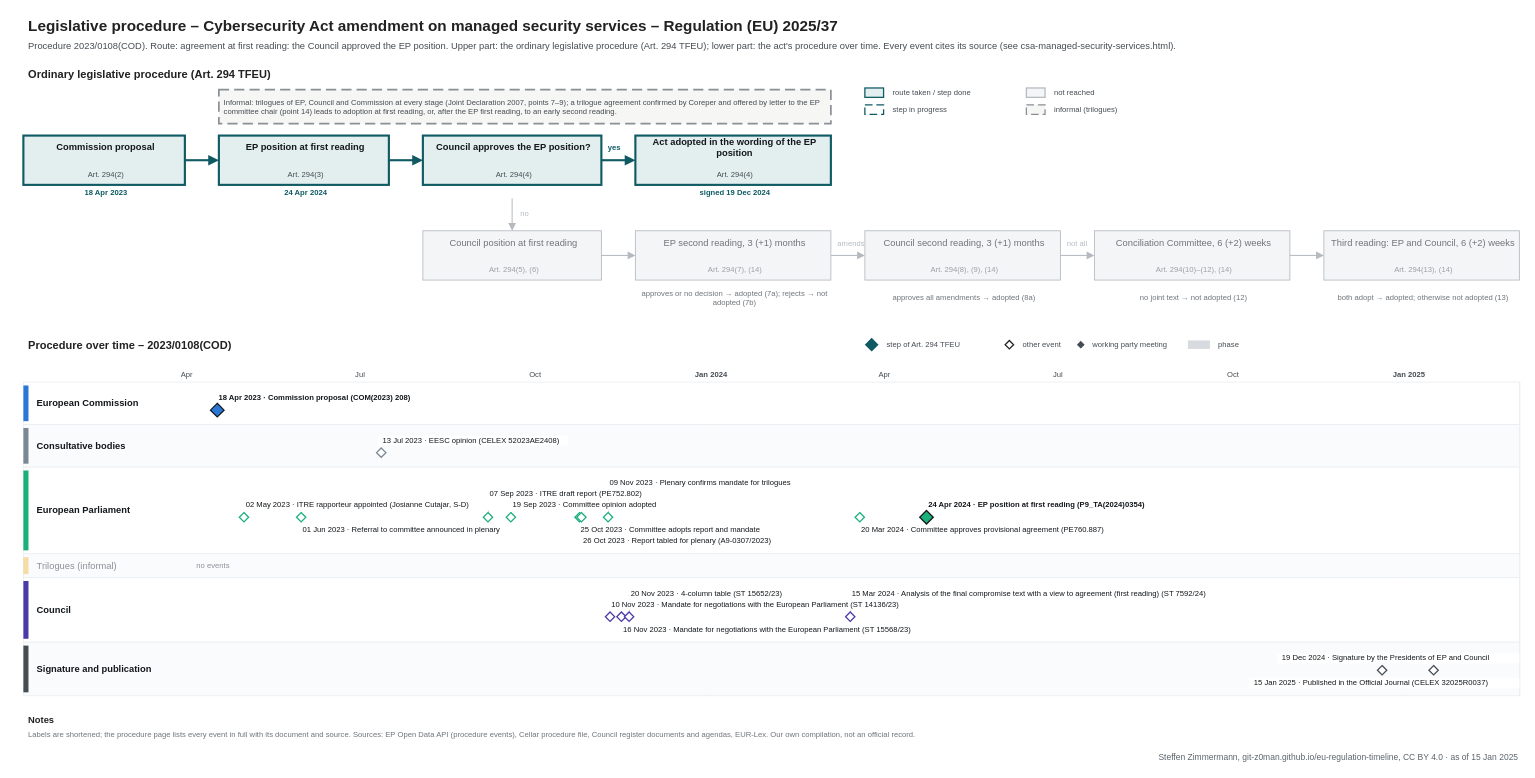
Before: procedures/csa-managed-security-services.drawio in git-z0man/eu-regulation-timeline, a draw.io diagram. Source tidied: cells renumbered, new cells numbered last; positions are measured from the earlier drawing's top-left corner, leaving out a move shared by most shapes. Both pictures are drawn from the tidied source at 85%, with x=0, y=0 at pixel (14, 14).
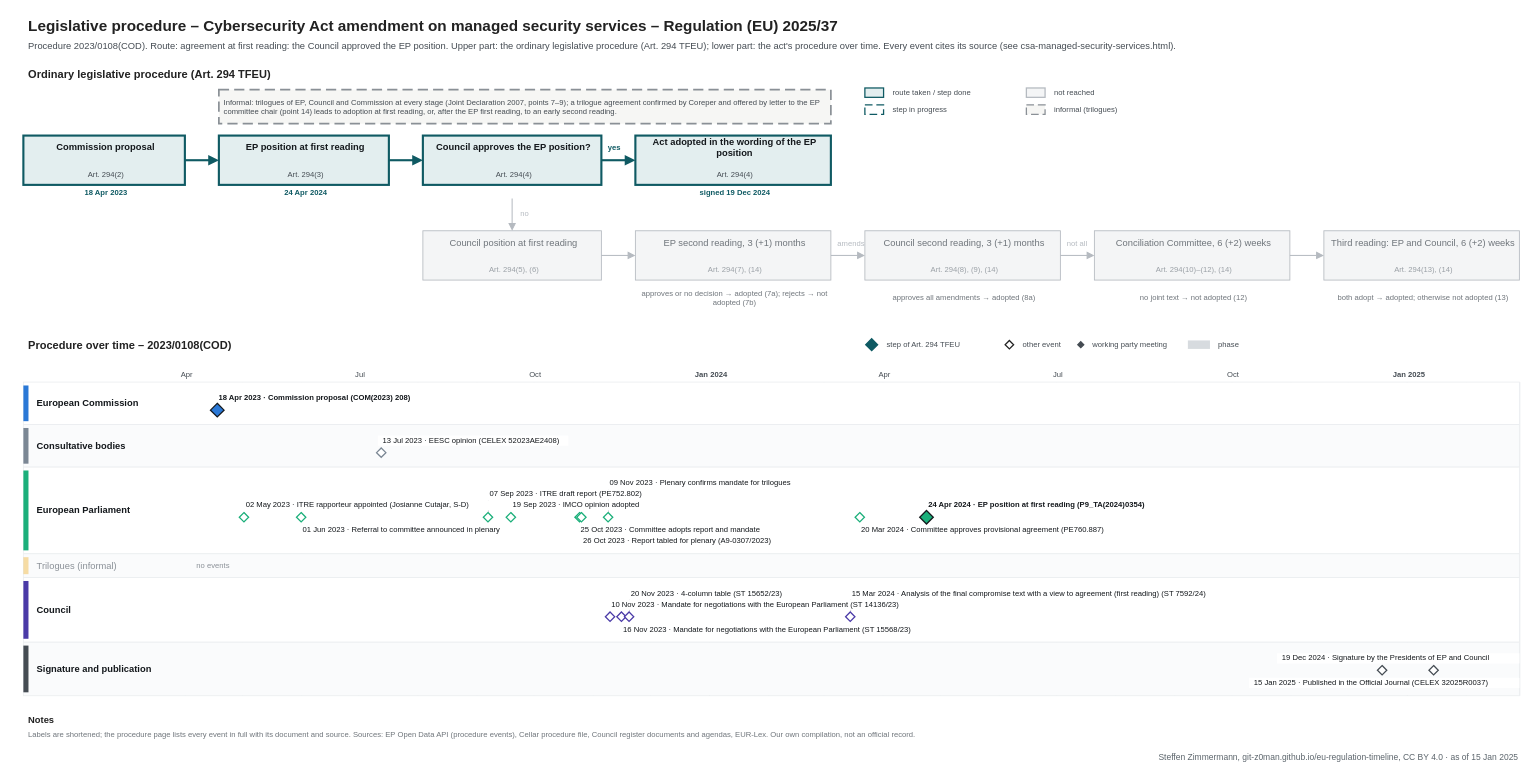
The same page after the edit.

Change to the diagram source:
```diff
@@
-    <mxCell id="132" value="19 Sep 2023 · Committee opinion adopted" style="text;html=1;fontSize=9;fontColor=#14181c;align=left;verticalAlign=middle;spacingLeft=4;fillColor=#ffffff;" parent="1" vertex="1">
-      <mxGeometry x="579.5" y="571" width="191.3" height="12" as="geometry" />
+    <mxCell id="132" value="19 Sep 2023 · IMCO opinion adopted" style="text;html=1;fontSize=9;fontColor=#14181c;align=left;verticalAlign=middle;spacingLeft=4;fillColor=#ffffff;" parent="1" vertex="1">
+      <mxGeometry x="579.5" y="571" width="167.8" height="12" as="geometry" />
     </mxCell>
```
